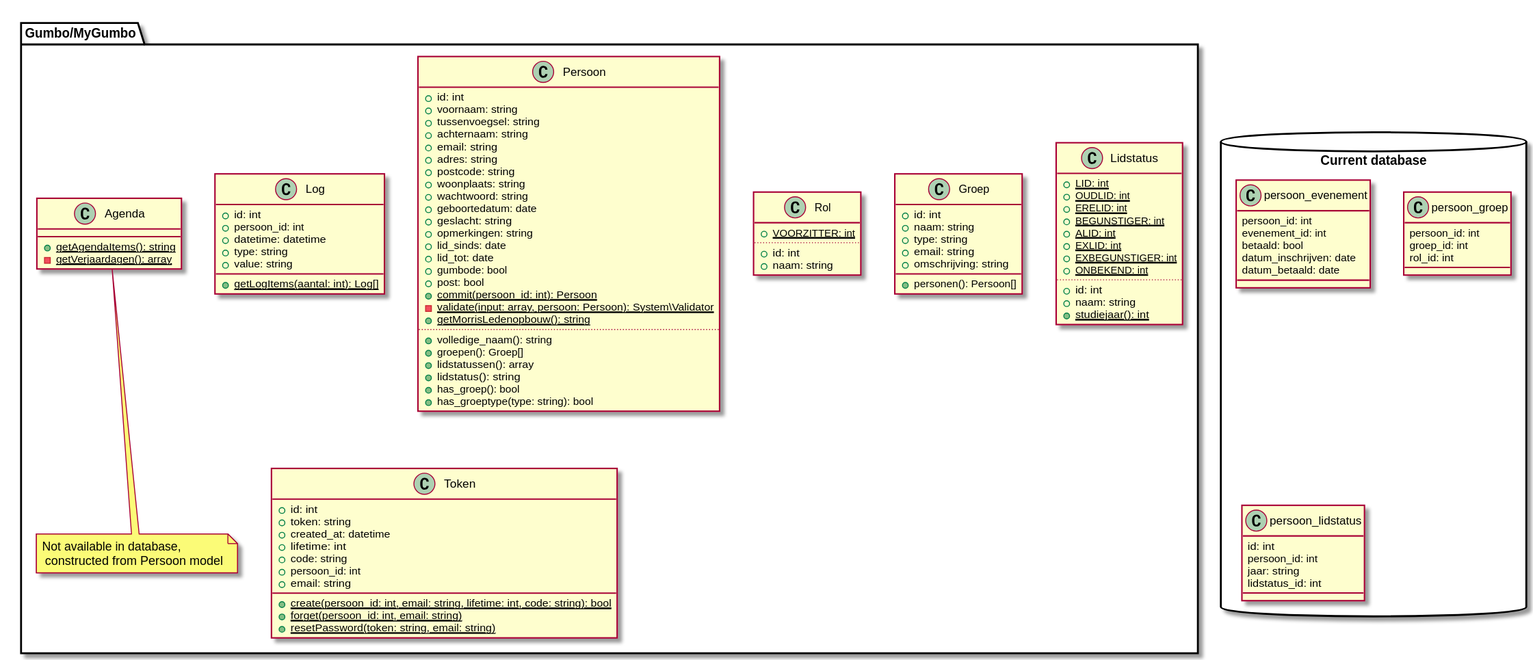
Above: doc/class-diagram.svg in Gumbo-Millennium/GumboAdministratie (PlantUML), before the change. Its source is kept beside it as doc/class-diagram.puml. Source of this version:
```plantuml
@startuml

package "Gumbo/MyGumbo" <<Folder>> {
  class Storm<Framework provided>

  class Agenda {
    {static} +getAgendaItems(): string
    {static} -getVerjaardagen(): array
  }
  note bottom: Not available in database,\n constructed from Persoon model

  class Groep {
    +id: int
    +naam: string
    +type: string
    +email: string
    +omschrijving: string

    +personen(): Persoon[]
  }

  class Lidstatus {
    {static} +LID: int
    {static} +OUDLID: int
    {static} +ERELID: int
    {static} +BEGUNSTIGER: int
    {static} +ALID: int
    {static} +EXLID: int
    {static} +EXBEGUNSTIGER: int
    {static} +ONBEKEND: int
    ..
    +id: int
    +naam: string

    {static} +studiejaar(): int
  }

  class Log {
    +id: int
    +persoon_id: int
    +datetime: datetime
    +type: string
    +value: string

    {static} +getLogItems(aantal: int): Log[]
  }

  class Persoon {
    +id: int
    +voornaam: string
    +tussenvoegsel: string
    +achternaam: string
    +email: string
    +adres: string
    +postcode: string
    +woonplaats: string
    +wachtwoord: string
    +geboortedatum: date
    +geslacht: string
    +opmerkingen: string
    +lid_sinds: date
    +lid_tot: date
    +gumbode: bool
    +post: bool

    {static} +commit(persoon_id: int): Persoon
    {static} -validate(input: array, persoon: Persoon): System\Validator
    {static} +getMorrisLedenopbouw(): string
    ..
    +volledige_naam(): string
    +groepen(): Groep[]
    +lidstatussen(): array
    +lidstatus(): string
    +has_groep(): bool
    +has_groeptype(type: string): bool
  }

  class Rol {
    {static} +VOORZITTER: int
    ..
    +id: int
    +naam: string
  }

  class Token {
    +id: int
    +token: string
    +created_at: datetime
    +lifetime: int
    +code: string
    +persoon_id: int
    +email: string

    {static} +create(persoon_id: int, email: string, lifetime: int, code: string): bool
    {static} +forget(persoon_id: int, email: string)
    {static} +resetPassword(token: string, email: string)
  }
}

package "Current database" <<Database>> {
  class persoon_evenement {
    persoon_id: int
    evenement_id: int
    betaald: bool
    datum_inschrijven: date
    datum_betaald: date
  }
  class persoon_groep {
    persoon_id: int
    groep_id: int
    rol_id: int
  }
  class persoon_lidstatus {
    id: int
    persoon_id: int
    jaar: string
    lidstatus_id: int
  }
}

hide Storm

@enduml
```
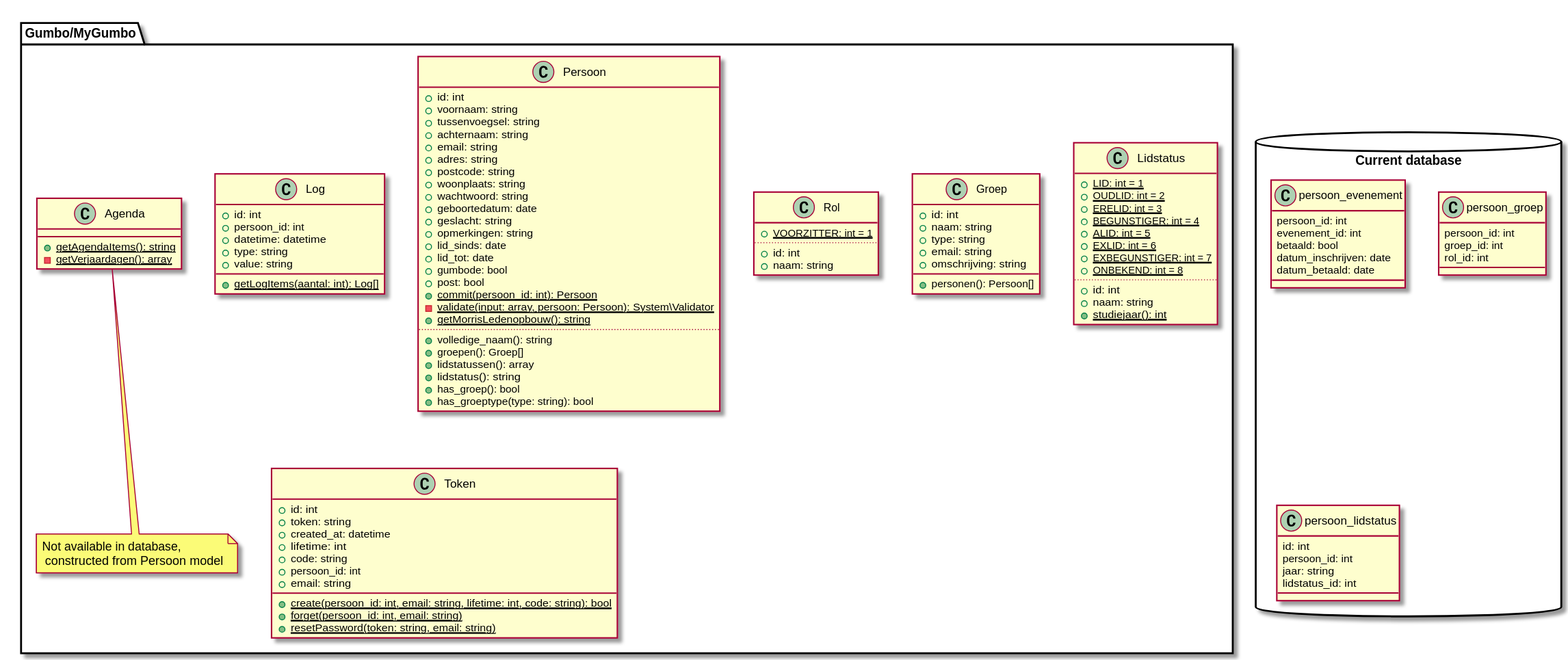
After the commit.

Commit message:
Added constant values to class diagram

Diff of the diagram source:
```diff
@@ -20,14 +20,14 @@
   }
 
   class Lidstatus {
-    {static} +LID: int
-    {static} +OUDLID: int
-    {static} +ERELID: int
-    {static} +BEGUNSTIGER: int
-    {static} +ALID: int
-    {static} +EXLID: int
-    {static} +EXBEGUNSTIGER: int
-    {static} +ONBEKEND: int
+    {static} +LID: int = 1
+    {static} +OUDLID: int = 2
+    {static} +ERELID: int = 3
+    {static} +BEGUNSTIGER: int = 4
+    {static} +ALID: int = 5
+    {static} +EXLID: int = 6
+    {static} +EXBEGUNSTIGER: int = 7
+    {static} +ONBEKEND: int = 8
     ..
     +id: int
     +naam: string
@@ -76,7 +76,7 @@
   }
 
   class Rol {
-    {static} +VOORZITTER: int
+    {static} +VOORZITTER: int = 1
     ..
     +id: int
     +naam: string
```
